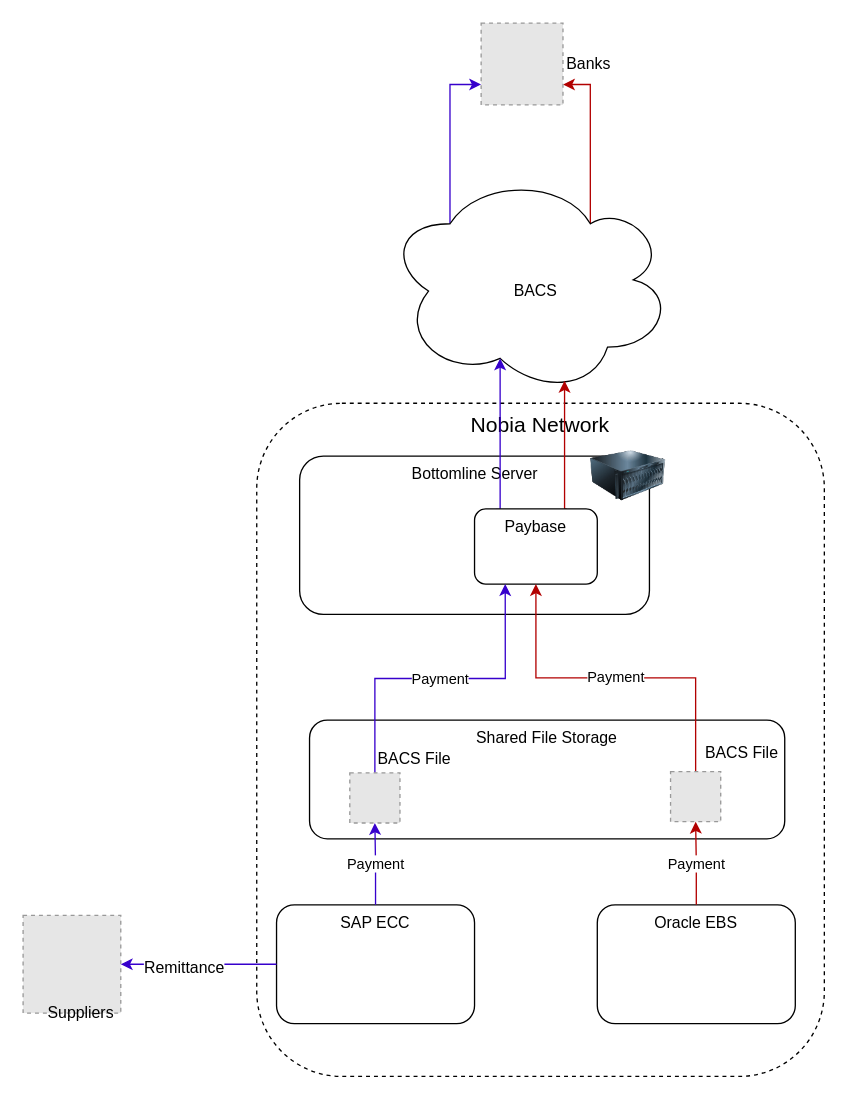
Above: page "Bottomline- Step 1" (4 of 9) of Bottomline.drawio in mrf742002/Diagrams (draw.io), before the change. Source tidied: cells renumbered, new cells numbered last; positions are measured from the earlier drawing's top-left corner, leaving out a move shared by most shapes. Both pictures are drawn from the tidied source at 132%, with x=0, y=0 at pixel (22, 22). Pictures stored in the file or linked from it are replaced by grey dashed boxes.
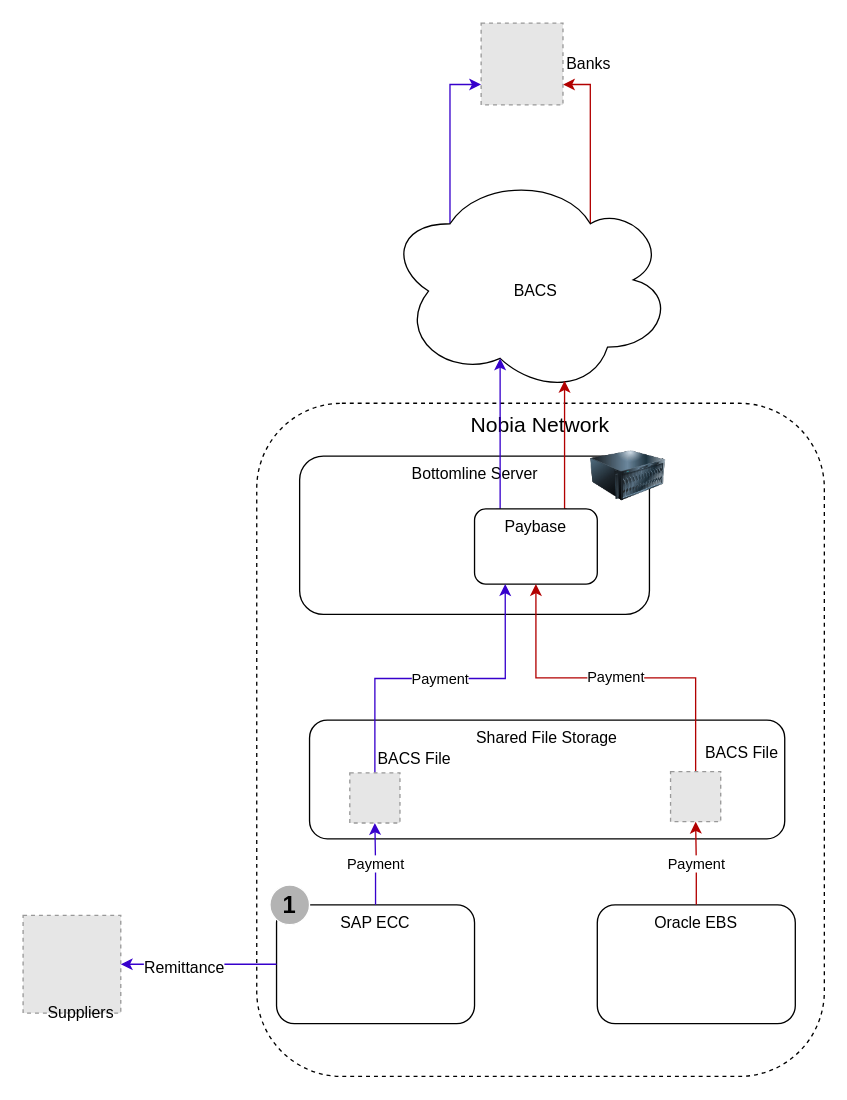
After the change.

Change to the diagram source:
```diff
@@
+    <mxCell id="28" value="&lt;b&gt;&lt;font style=&quot;font-size: 18px&quot;&gt;1&lt;/font&gt;&lt;/b&gt;" style="ellipse;whiteSpace=wrap;html=1;strokeColor=#FFFFFF;fillColor=#B3B3B3;fontSize=20;" parent="1" vertex="1">
+      <mxGeometry x="187" y="653" width="30" height="30" as="geometry" />
+    </mxCell>
```
